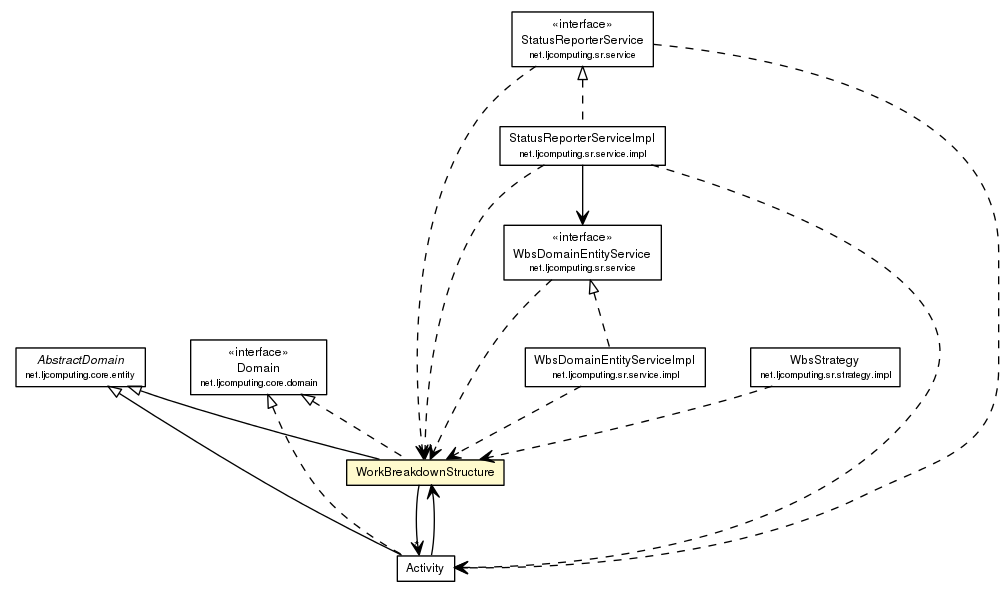
Above: docs/javadoc/apidocs/net/ljcomputing/sr/domain/WorkBreakdownStructure.png in willmorejg/net.ljcomputing.status-reporter (Graphviz), before the change. Its source is kept beside it as docs/javadoc/apidocs/net/ljcomputing/sr/domain/WorkBreakdownStructure.dot.
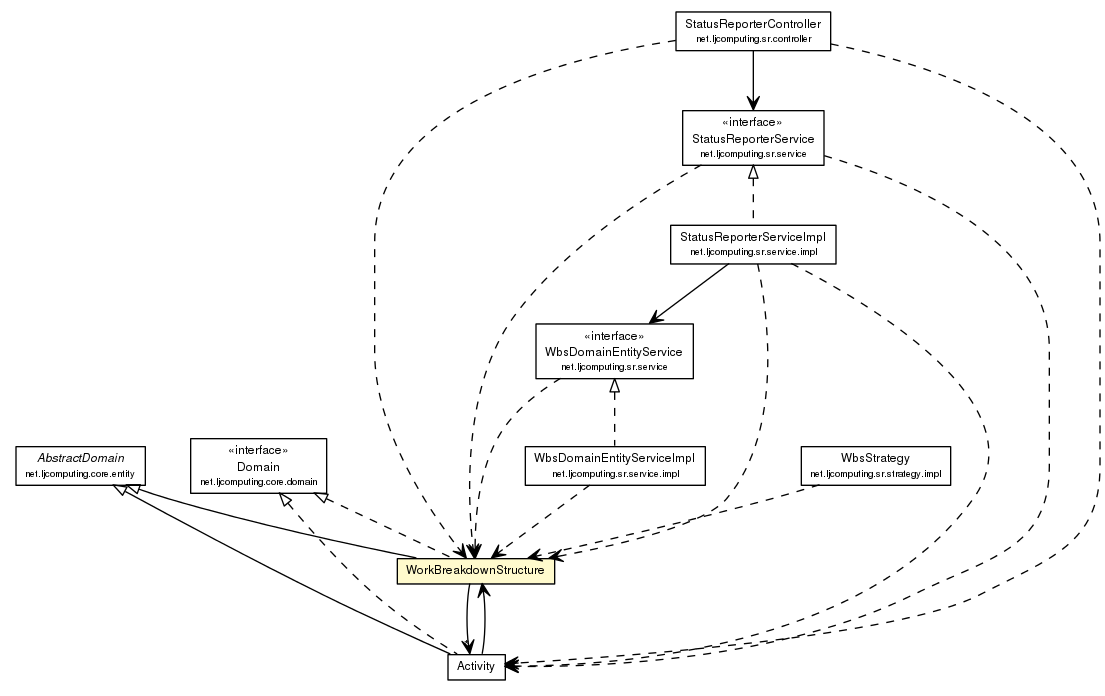
After the commit.

Change to the diagram source:
```diff
@@ -4,75 +4,84 @@
 	node [fontname="Helvetica",fontsize=10,shape=plaintext];
 	nodesep=0.25;
 	ranksep=0.5;
-	c2017 [label=<<table title="net.ljcomputing.core.entity.AbstractDomain" border="0" cellborder="1" cellspacing="0" cellpadding="2" port="p" href="../../core/entity/AbstractDomain.html">
+	c2812 [label=<<table title="net.ljcomputing.core.entity.AbstractDomain" border="0" cellborder="1" cellspacing="0" cellpadding="2" port="p" href="../../core/entity/AbstractDomain.html">
 		<tr><td><table border="0" cellspacing="0" cellpadding="1">
 <tr><td align="center" balign="center"><font face="Helvetica-Oblique"> AbstractDomain </font></td></tr>
 <tr><td align="center" balign="center"><font point-size="7.0"> net.ljcomputing.core.entity </font></td></tr>
 		</table></td></tr>
 		</table>>, URL="../../core/entity/AbstractDomain.html", fontname="Helvetica", fontcolor="black", fontsize=9.0];
-	c2020 [label=<<table title="net.ljcomputing.core.domain.Domain" border="0" cellborder="1" cellspacing="0" cellpadding="2" port="p" href="../../core/domain/Domain.html">
+	c2819 [label=<<table title="net.ljcomputing.core.domain.Domain" border="0" cellborder="1" cellspacing="0" cellpadding="2" port="p" href="../../core/domain/Domain.html">
 		<tr><td><table border="0" cellspacing="0" cellpadding="1">
 <tr><td align="center" balign="center"> &#171;interface&#187; </td></tr>
 <tr><td align="center" balign="center"> Domain </td></tr>
 <tr><td align="center" balign="center"><font point-size="7.0"> net.ljcomputing.core.domain </font></td></tr>
 		</table></td></tr>
 		</table>>, URL="../../core/domain/Domain.html", fontname="Helvetica", fontcolor="black", fontsize=9.0];
-	c2030 [label=<<table title="net.ljcomputing.sr.strategy.impl.WbsStrategy" border="0" cellborder="1" cellspacing="0" cellpadding="2" port="p" href="../strategy/impl/WbsStrategy.html">
+	c2829 [label=<<table title="net.ljcomputing.sr.strategy.impl.WbsStrategy" border="0" cellborder="1" cellspacing="0" cellpadding="2" port="p" href="../strategy/impl/WbsStrategy.html">
 		<tr><td><table border="0" cellspacing="0" cellpadding="1">
 <tr><td align="center" balign="center"> WbsStrategy </td></tr>
 <tr><td align="center" balign="center"><font point-size="7.0"> net.ljcomputing.sr.strategy.impl </font></td></tr>
 		</table></td></tr>
 		</table>>, URL="../strategy/impl/WbsStrategy.html", fontname="Helvetica", fontcolor="black", fontsize=9.0];
-	c2034 [label=<<table title="net.ljcomputing.sr.domain.WorkBreakdownStructure" border="0" cellborder="1" cellspacing="0" cellpadding="2" port="p" bgcolor="lemonChiffon" href="./WorkBreakdownStructure.html">
+	c2833 [label=<<table title="net.ljcomputing.sr.domain.WorkBreakdownStructure" border="0" cellborder="1" cellspacing="0" cellpadding="2" port="p" bgcolor="lemonChiffon" href="./WorkBreakdownStructure.html">
 		<tr><td><table border="0" cellspacing="0" cellpadding="1">
 <tr><td align="center" balign="center"> WorkBreakdownStructure </td></tr>
 		</table></td></tr>
 		</table>>, URL="./WorkBreakdownStructure.html", fontname="Helvetica", fontcolor="black", fontsize=9.0];
-	c2036 [label=<<table title="net.ljcomputing.sr.domain.Activity" border="0" cellborder="1" cellspacing="0" cellpadding="2" port="p" href="./Activity.html">
+	c2835 [label=<<table title="net.ljcomputing.sr.domain.Activity" border="0" cellborder="1" cellspacing="0" cellpadding="2" port="p" href="./Activity.html">
 		<tr><td><table border="0" cellspacing="0" cellpadding="1">
 <tr><td align="center" balign="center"> Activity </td></tr>
 		</table></td></tr>
 		</table>>, URL="./Activity.html", fontname="Helvetica", fontcolor="black", fontsize=9.0];
-	c2037 [label=<<table title="net.ljcomputing.sr.service.impl.WbsDomainEntityServiceImpl" border="0" cellborder="1" cellspacing="0" cellpadding="2" port="p" href="../service/impl/WbsDomainEntityServiceImpl.html">
+	c2836 [label=<<table title="net.ljcomputing.sr.service.impl.WbsDomainEntityServiceImpl" border="0" cellborder="1" cellspacing="0" cellpadding="2" port="p" href="../service/impl/WbsDomainEntityServiceImpl.html">
 		<tr><td><table border="0" cellspacing="0" cellpadding="1">
 <tr><td align="center" balign="center"> WbsDomainEntityServiceImpl </td></tr>
 <tr><td align="center" balign="center"><font point-size="7.0"> net.ljcomputing.sr.service.impl </font></td></tr>
 		</table></td></tr>
 		</table>>, URL="../service/impl/WbsDomainEntityServiceImpl.html", fontname="Helvetica", fontcolor="black", fontsize=9.0];
-	c2039 [label=<<table title="net.ljcomputing.sr.service.impl.StatusReporterServiceImpl" border="0" cellborder="1" cellspacing="0" cellpadding="2" port="p" href="../service/impl/StatusReporterServiceImpl.html">
+	c2838 [label=<<table title="net.ljcomputing.sr.service.impl.StatusReporterServiceImpl" border="0" cellborder="1" cellspacing="0" cellpadding="2" port="p" href="../service/impl/StatusReporterServiceImpl.html">
 		<tr><td><table border="0" cellspacing="0" cellpadding="1">
 <tr><td align="center" balign="center"> StatusReporterServiceImpl </td></tr>
 <tr><td align="center" balign="center"><font point-size="7.0"> net.ljcomputing.sr.service.impl </font></td></tr>
 		</table></td></tr>
 		</table>>, URL="../service/impl/StatusReporterServiceImpl.html", fontname="Helvetica", fontcolor="black", fontsize=9.0];
-	c2043 [label=<<table title="net.ljcomputing.sr.service.WbsDomainEntityService" border="0" cellborder="1" cellspacing="0" cellpadding="2" port="p" href="../service/WbsDomainEntityService.html">
+	c2842 [label=<<table title="net.ljcomputing.sr.service.WbsDomainEntityService" border="0" cellborder="1" cellspacing="0" cellpadding="2" port="p" href="../service/WbsDomainEntityService.html">
 		<tr><td><table border="0" cellspacing="0" cellpadding="1">
 <tr><td align="center" balign="center"> &#171;interface&#187; </td></tr>
 <tr><td align="center" balign="center"> WbsDomainEntityService </td></tr>
 <tr><td align="center" balign="center"><font point-size="7.0"> net.ljcomputing.sr.service </font></td></tr>
 		</table></td></tr>
 		</table>>, URL="../service/WbsDomainEntityService.html", fontname="Helvetica", fontcolor="black", fontsize=9.0];
-	c2044 [label=<<table title="net.ljcomputing.sr.service.StatusReporterService" border="0" cellborder="1" cellspacing="0" cellpadding="2" port="p" href="../service/StatusReporterService.html">
+	c2843 [label=<<table title="net.ljcomputing.sr.service.StatusReporterService" border="0" cellborder="1" cellspacing="0" cellpadding="2" port="p" href="../service/StatusReporterService.html">
 		<tr><td><table border="0" cellspacing="0" cellpadding="1">
 <tr><td align="center" balign="center"> &#171;interface&#187; </td></tr>
 <tr><td align="center" balign="center"> StatusReporterService </td></tr>
 <tr><td align="center" balign="center"><font point-size="7.0"> net.ljcomputing.sr.service </font></td></tr>
 		</table></td></tr>
 		</table>>, URL="../service/StatusReporterService.html", fontname="Helvetica", fontcolor="black", fontsize=9.0];
-	c2017:p -> c2034:p [dir=back,arrowtail=empty];
-	c2020:p -> c2034:p [dir=back,arrowtail=empty,style=dashed];
-	c2017:p -> c2036:p [dir=back,arrowtail=empty];
-	c2020:p -> c2036:p [dir=back,arrowtail=empty,style=dashed];
-	c2043:p -> c2037:p [dir=back,arrowtail=empty,style=dashed];
-	c2044:p -> c2039:p [dir=back,arrowtail=empty,style=dashed];
-	c2034:p -> c2036:p [taillabel="", label="", headlabel="*", fontname="Helvetica", fontcolor="black", fontsize=10.0, color="black", arrowhead=open];
-	c2036:p -> c2034:p [taillabel="", label="", headlabel="", fontname="Helvetica", fontcolor="black", fontsize=10.0, color="black", arrowhead=open];
-	c2039:p -> c2043:p [taillabel="", label="", headlabel="", fontname="Helvetica", fontcolor="black", fontsize=10.0, color="black", arrowhead=open];
-	c2030:p -> c2034:p [taillabel="", label="", headlabel="", fontname="Helvetica", fontcolor="black", fontsize=10.0, color="black", arrowhead=open, style=dashed];
-	c2037:p -> c2034:p [taillabel="", label="", headlabel="", fontname="Helvetica", fontcolor="black", fontsize=10.0, color="black", arrowhead=open, style=dashed];
-	c2039:p -> c2036:p [taillabel="", label="", headlabel="", fontname="Helvetica", fontcolor="black", fontsize=10.0, color="black", arrowhead=open, style=dashed];
-	c2039:p -> c2034:p [taillabel="", label="", headlabel="", fontname="Helvetica", fontcolor="black", fontsize=10.0, color="black", arrowhead=open, style=dashed];
-	c2043:p -> c2034:p [taillabel="", label="", headlabel="", fontname="Helvetica", fontcolor="black", fontsize=10.0, color="black", arrowhead=open, style=dashed];
-	c2044:p -> c2036:p [taillabel="", label="", headlabel="", fontname="Helvetica", fontcolor="black", fontsize=10.0, color="black", arrowhead=open, style=dashed];
-	c2044:p -> c2034:p [taillabel="", label="", headlabel="", fontname="Helvetica", fontcolor="black", fontsize=10.0, color="black", arrowhead=open, style=dashed];
+	c2849 [label=<<table title="net.ljcomputing.sr.controller.StatusReporterController" border="0" cellborder="1" cellspacing="0" cellpadding="2" port="p" href="../controller/StatusReporterController.html">
+		<tr><td><table border="0" cellspacing="0" cellpadding="1">
+<tr><td align="center" balign="center"> StatusReporterController </td></tr>
+<tr><td align="center" balign="center"><font point-size="7.0"> net.ljcomputing.sr.controller </font></td></tr>
+		</table></td></tr>
+		</table>>, URL="../controller/StatusReporterController.html", fontname="Helvetica", fontcolor="black", fontsize=9.0];
+	c2812:p -> c2833:p [dir=back,arrowtail=empty];
+	c2819:p -> c2833:p [dir=back,arrowtail=empty,style=dashed];
+	c2812:p -> c2835:p [dir=back,arrowtail=empty];
+	c2819:p -> c2835:p [dir=back,arrowtail=empty,style=dashed];
+	c2842:p -> c2836:p [dir=back,arrowtail=empty,style=dashed];
+	c2843:p -> c2838:p [dir=back,arrowtail=empty,style=dashed];
+	c2833:p -> c2835:p [taillabel="", label="", headlabel="*", fontname="Helvetica", fontcolor="black", fontsize=10.0, color="black", arrowhead=open];
+	c2835:p -> c2833:p [taillabel="", label="", headlabel="", fontname="Helvetica", fontcolor="black", fontsize=10.0, color="black", arrowhead=open];
+	c2838:p -> c2842:p [taillabel="", label="", headlabel="", fontname="Helvetica", fontcolor="black", fontsize=10.0, color="black", arrowhead=open];
+	c2849:p -> c2843:p [taillabel="", label="", headlabel="", fontname="Helvetica", fontcolor="black", fontsize=10.0, color="black", arrowhead=open];
+	c2829:p -> c2833:p [taillabel="", label="", headlabel="", fontname="Helvetica", fontcolor="black", fontsize=10.0, color="black", arrowhead=open, style=dashed];
+	c2836:p -> c2833:p [taillabel="", label="", headlabel="", fontname="Helvetica", fontcolor="black", fontsize=10.0, color="black", arrowhead=open, style=dashed];
+	c2838:p -> c2833:p [taillabel="", label="", headlabel="", fontname="Helvetica", fontcolor="black", fontsize=10.0, color="black", arrowhead=open, style=dashed];
+	c2838:p -> c2835:p [taillabel="", label="", headlabel="", fontname="Helvetica", fontcolor="black", fontsize=10.0, color="black", arrowhead=open, style=dashed];
+	c2842:p -> c2833:p [taillabel="", label="", headlabel="", fontname="Helvetica", fontcolor="black", fontsize=10.0, color="black", arrowhead=open, style=dashed];
+	c2843:p -> c2833:p [taillabel="", label="", headlabel="", fontname="Helvetica", fontcolor="black", fontsize=10.0, color="black", arrowhead=open, style=dashed];
+	c2843:p -> c2835:p [taillabel="", label="", headlabel="", fontname="Helvetica", fontcolor="black", fontsize=10.0, color="black", arrowhead=open, style=dashed];
+	c2849:p -> c2833:p [taillabel="", label="", headlabel="", fontname="Helvetica", fontcolor="black", fontsize=10.0, color="black", arrowhead=open, style=dashed];
+	c2849:p -> c2835:p [taillabel="", label="", headlabel="", fontname="Helvetica", fontcolor="black", fontsize=10.0, color="black", arrowhead=open, style=dashed];
 }
```
